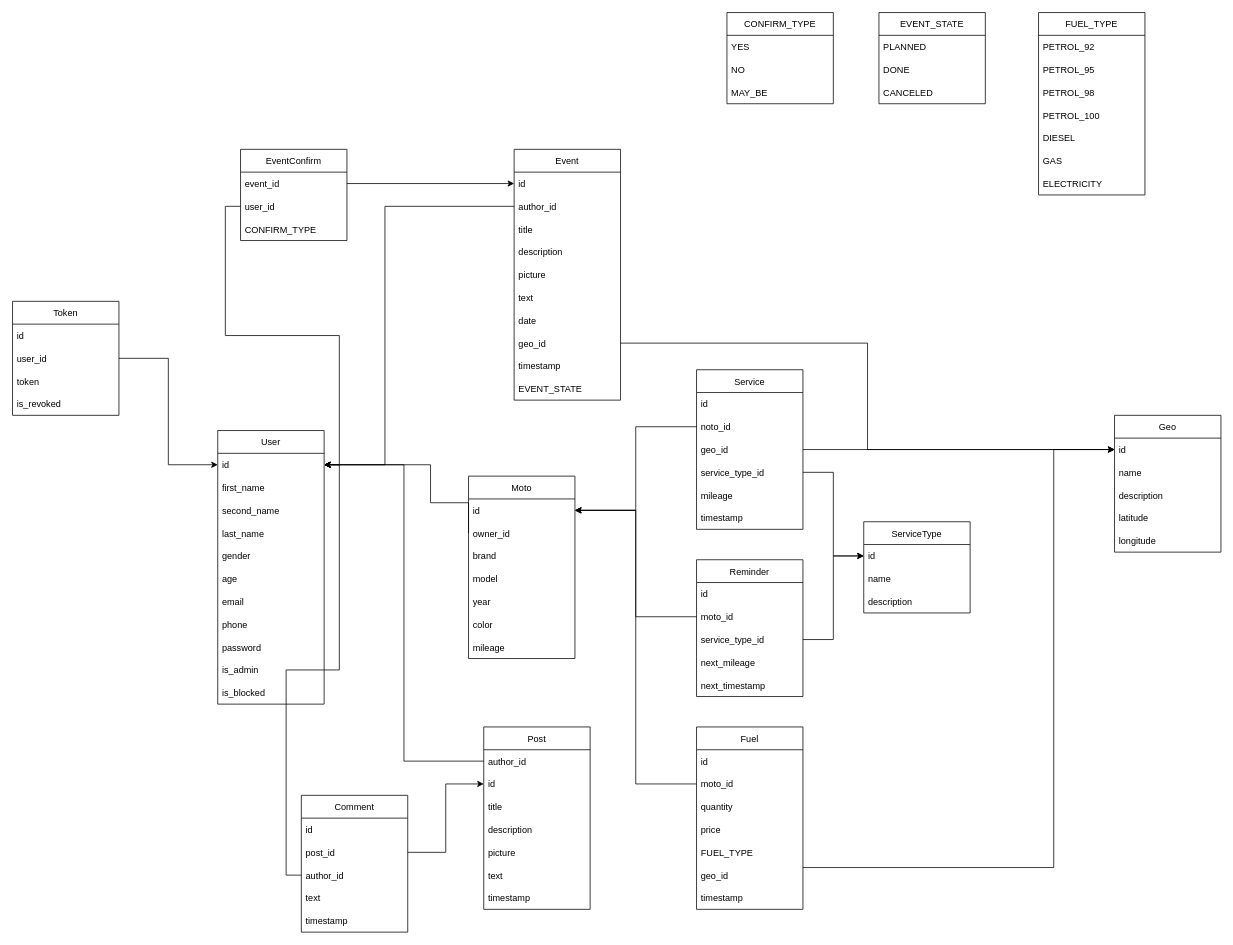
jadjer/mores keeps this draw.io diagram as schema.drawio. Above is the earlier version. Source tidied: cells renumbered, new cells numbered last; positions are measured from the earlier drawing's top-left corner, leaving out a move shared by most shapes. Both pictures are drawn from the tidied source at 76%, with x=0, y=0 at pixel (12, 12).
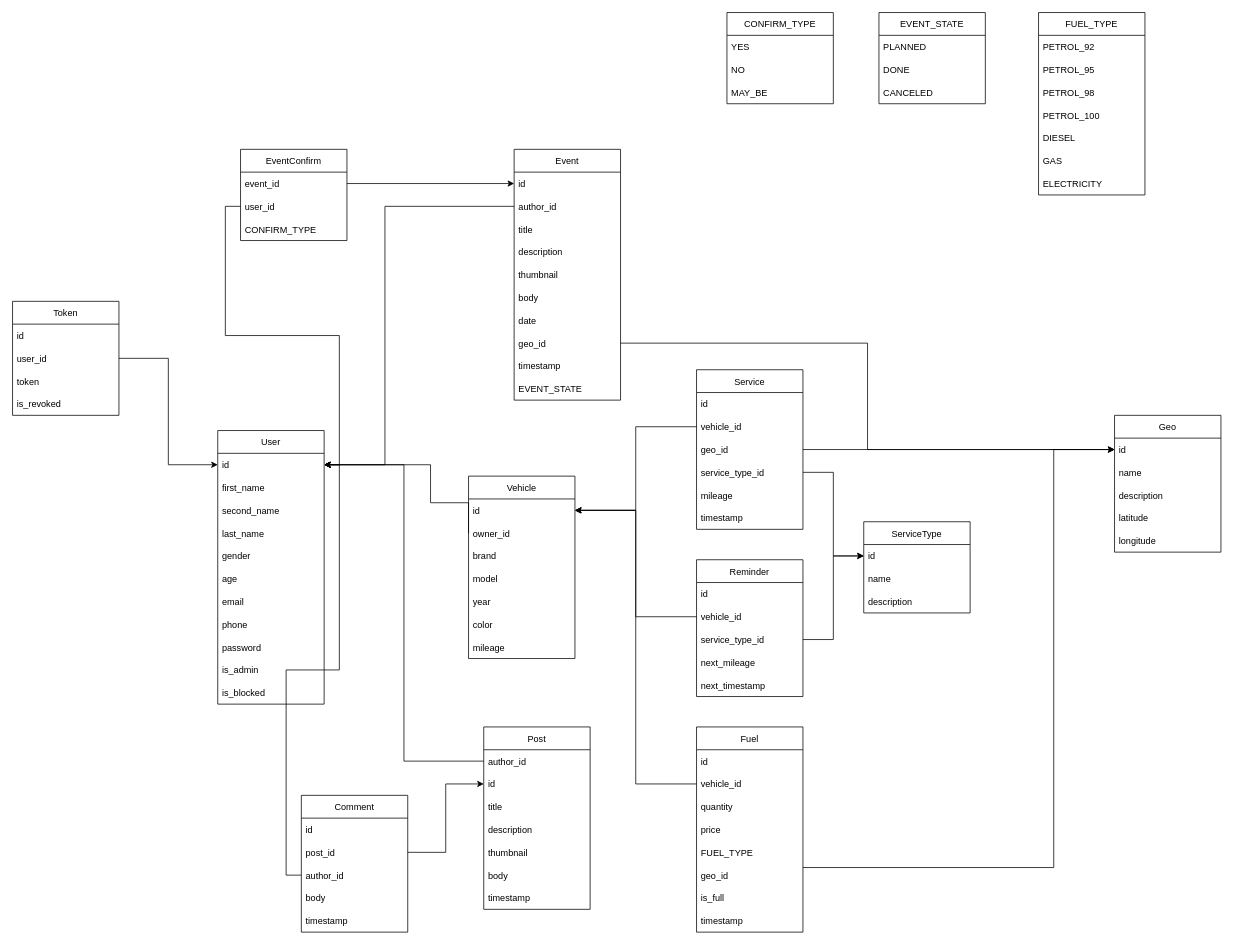
The same page after the edit.

The change refers to these unchanged cells:
```xml
<mxCell id="22" value="Service" style="swimlane;fontStyle=0;horizontal=1;startSize=30;" parent="1" vertex="1">
  <mxGeometry x="900" y="470" width="140" height="210" as="geometry" />
</mxCell>
<mxCell id="31" value="Reminder" style="swimlane;fontStyle=0;horizontal=1;startSize=30;" parent="1" vertex="1">
  <mxGeometry x="900" y="720" width="140" height="180" as="geometry" />
</mxCell>
<mxCell id="50" value="Event" style="swimlane;fontStyle=0;horizontal=1;startSize=30;" parent="1" vertex="1">
  <mxGeometry x="660" y="180" width="140" height="330" as="geometry" />
</mxCell>
<mxCell id="61" value="Comment" style="swimlane;fontStyle=0;horizontal=1;startSize=30;" parent="1" vertex="1">
  <mxGeometry x="380" y="1030" width="140" height="180" as="geometry" />
</mxCell>
<mxCell id="67" value="Post" style="swimlane;fontStyle=0;horizontal=1;startSize=30;" parent="1" vertex="1">
  <mxGeometry x="620" y="940" width="140" height="240" as="geometry" />
</mxCell>
```

Change to the diagram source:
```diff
@@
-    <mxCell id="14" value="Moto" style="swimlane;fontStyle=0;horizontal=1;startSize=30;" parent="1" vertex="1">
+    <mxCell id="14" value="Vehicle" style="swimlane;fontStyle=0;horizontal=1;startSize=30;" parent="1" vertex="1">
       <mxGeometry x="600" y="610" width="140" height="240" as="geometry" />
     </mxCell>
@@
-    <mxCell id="24" value="noto_id" style="text;strokeColor=none;fillColor=none;align=left;verticalAlign=middle;spacingLeft=4;spacingRight=4;overflow=hidden;points=[[0,0.5],[1,0.5]];portConstraint=eastwest;" parent="22" vertex="1">
+    <mxCell id="24" value="vehicle_id" style="text;strokeColor=none;fillColor=none;align=left;verticalAlign=middle;spacingLeft=4;spacingRight=4;overflow=hidden;points=[[0,0.5],[1,0.5]];portConstraint=eastwest;" parent="22" vertex="1">
       <mxGeometry y="60" width="140" height="30" as="geometry" />
     </mxCell>
@@
-    <mxCell id="33" value="moto_id" style="text;strokeColor=none;fillColor=none;align=left;verticalAlign=middle;spacingLeft=4;spacingRight=4;overflow=hidden;points=[[0,0.5],[1,0.5]];portConstraint=eastwest;" parent="31" vertex="1">
+    <mxCell id="33" value="vehicle_id" style="text;strokeColor=none;fillColor=none;align=left;verticalAlign=middle;spacingLeft=4;spacingRight=4;overflow=hidden;points=[[0,0.5],[1,0.5]];portConstraint=eastwest;" parent="31" vertex="1">
       <mxGeometry y="60" width="140" height="30" as="geometry" />
     </mxCell>
@@
-    <mxCell id="55" value="picture" style="text;strokeColor=none;fillColor=none;align=left;verticalAlign=middle;spacingLeft=4;spacingRight=4;overflow=hidden;" parent="50" vertex="1">
+    <mxCell id="55" value="thumbnail" style="text;strokeColor=none;fillColor=none;align=left;verticalAlign=middle;spacingLeft=4;spacingRight=4;overflow=hidden;" parent="50" vertex="1">
       <mxGeometry y="150" width="140" height="30" as="geometry" />
     </mxCell>
-    <mxCell id="56" value="text" style="text;strokeColor=none;fillColor=none;align=left;verticalAlign=middle;spacingLeft=4;spacingRight=4;overflow=hidden;" parent="50" vertex="1">
+    <mxCell id="56" value="body" style="text;strokeColor=none;fillColor=none;align=left;verticalAlign=middle;spacingLeft=4;spacingRight=4;overflow=hidden;" parent="50" vertex="1">
       <mxGeometry y="180" width="140" height="30" as="geometry" />
     </mxCell>
@@
-    <mxCell id="65" value="text" style="text;strokeColor=none;fillColor=none;align=left;verticalAlign=middle;spacingLeft=4;spacingRight=4;overflow=hidden;" parent="61" vertex="1">
+    <mxCell id="65" value="body" style="text;strokeColor=none;fillColor=none;align=left;verticalAlign=middle;spacingLeft=4;spacingRight=4;overflow=hidden;" parent="61" vertex="1">
       <mxGeometry y="120" width="140" height="30" as="geometry" />
     </mxCell>
@@
-    <mxCell id="72" value="picture" style="text;strokeColor=none;fillColor=none;align=left;verticalAlign=middle;spacingLeft=4;spacingRight=4;overflow=hidden;" parent="67" vertex="1">
+    <mxCell id="72" value="thumbnail" style="text;strokeColor=none;fillColor=none;align=left;verticalAlign=middle;spacingLeft=4;spacingRight=4;overflow=hidden;" parent="67" vertex="1">
       <mxGeometry y="150" width="140" height="30" as="geometry" />
     </mxCell>
-    <mxCell id="73" value="text" style="text;strokeColor=none;fillColor=none;align=left;verticalAlign=middle;spacingLeft=4;spacingRight=4;overflow=hidden;" parent="67" vertex="1">
+    <mxCell id="73" value="body" style="text;strokeColor=none;fillColor=none;align=left;verticalAlign=middle;spacingLeft=4;spacingRight=4;overflow=hidden;" parent="67" vertex="1">
       <mxGeometry y="180" width="140" height="30" as="geometry" />
     </mxCell>
@@
     <mxCell id="94" value="Fuel" style="swimlane;fontStyle=0;horizontal=1;startSize=30;" parent="1" vertex="1">
-      <mxGeometry x="900" y="940" width="140" height="240" as="geometry" />
+      <mxGeometry x="900" y="940" width="140" height="270" as="geometry" />
     </mxCell>
@@
-    <mxCell id="96" value="moto_id" style="text;strokeColor=none;fillColor=none;align=left;verticalAlign=middle;spacingLeft=4;spacingRight=4;overflow=hidden;points=[[0,0.5],[1,0.5]];portConstraint=eastwest;" parent="94" vertex="1">
+    <mxCell id="96" value="vehicle_id" style="text;strokeColor=none;fillColor=none;align=left;verticalAlign=middle;spacingLeft=4;spacingRight=4;overflow=hidden;points=[[0,0.5],[1,0.5]];portConstraint=eastwest;" parent="94" vertex="1">
       <mxGeometry y="60" width="140" height="30" as="geometry" />
     </mxCell>
@@
+    <mxCell id="119" value="is_full" style="text;strokeColor=none;fillColor=none;align=left;verticalAlign=middle;spacingLeft=4;spacingRight=4;overflow=hidden;" parent="94" vertex="1">
+      <mxGeometry y="210" width="140" height="30" as="geometry" />
+    </mxCell>
     <mxCell id="101" value="timestamp" style="text;strokeColor=none;fillColor=none;align=left;verticalAlign=middle;spacingLeft=4;spacingRight=4;overflow=hidden;" parent="94" vertex="1">
-      <mxGeometry y="210" width="140" height="30" as="geometry" />
+      <mxGeometry y="240" width="140" height="30" as="geometry" />
     </mxCell>
```
